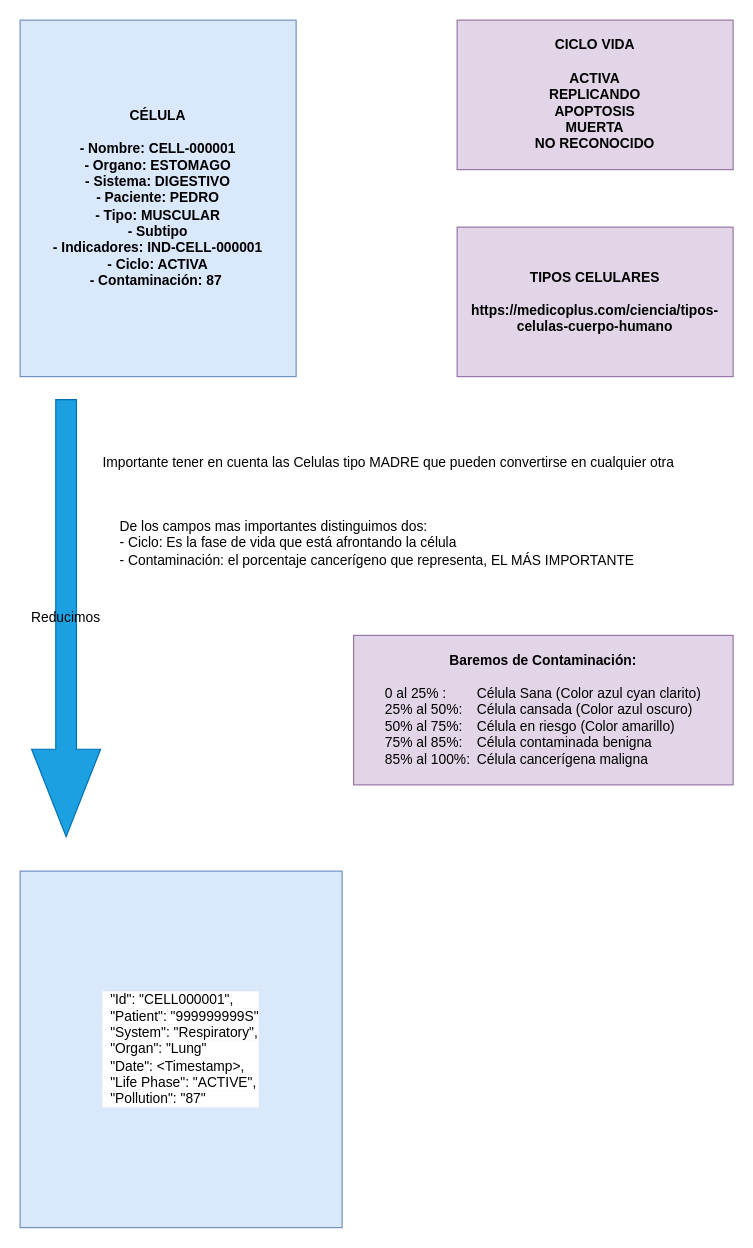
The draw.io diagram page "CELULA" (3 of 7) of arch-design/cellprom-arch-functionality.drawio in cellprom/cellprom-arq-doc, before the edit. Source tidied: cells renumbered, new cells numbered last; positions are measured from the earlier drawing's top-left corner, leaving out a move shared by most shapes. Both pictures are drawn from the tidied source at 115%, with x=0, y=0 at pixel (20, 20).
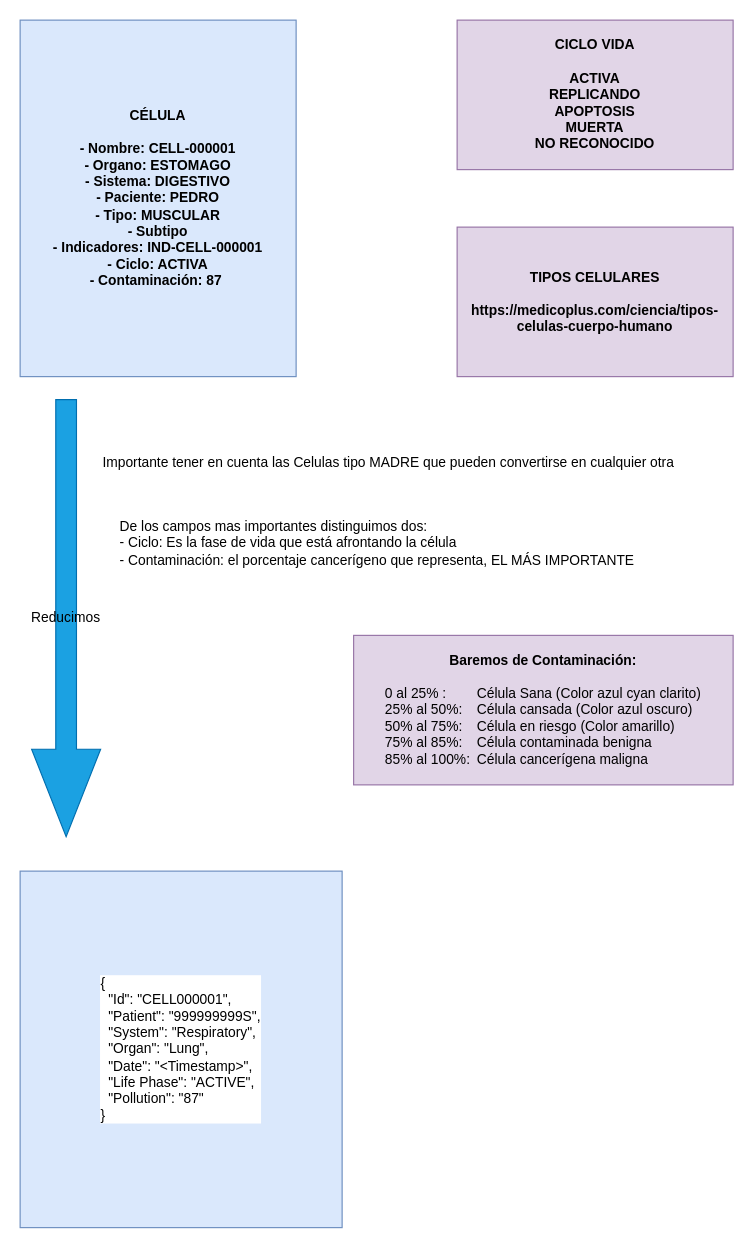
After the change.

The edit, as a diff of the source:
```diff
@@
 <mxGraphModel>
   <root>
     <mxCell id="0" />
     <mxCell id="1" parent="0" />
     <mxCell id="2" value="CÉLULA&lt;br&gt;&lt;br&gt;- Nombre: CELL-000001&lt;br&gt;- Organo: ESTOMAGO&lt;br&gt;- Sistema: DIGESTIVO&lt;br&gt;- Paciente: PEDRO&lt;br&gt;- Tipo: MUSCULAR&lt;br&gt;- Subtipo&lt;br&gt;- Indicadores: IND-CELL-000001&lt;br&gt;- Ciclo: ACTIVA&lt;div&gt;- Contaminación: 87&amp;nbsp;&lt;/div&gt;" style="whiteSpace=wrap;html=1;fillColor=#dae8fc;strokeColor=#6c8ebf;fontStyle=1;" parent="1" vertex="1">
       <mxGeometry width="240" height="310" as="geometry" />
     </mxCell>
     <mxCell id="3" value="CICLO VIDA&lt;br&gt;&lt;br&gt;ACTIVA&lt;br&gt;REPLICANDO&lt;br&gt;APOPTOSIS&lt;br&gt;MUERTA&lt;br&gt;NO RECONOCIDO" style="whiteSpace=wrap;html=1;fillColor=#e1d5e7;strokeColor=#9673a6;fontStyle=1;" parent="1" vertex="1">
       <mxGeometry x="380" width="240" height="130" as="geometry" />
     </mxCell>
     <mxCell id="4" value="TIPOS CELULARES&lt;br&gt;&lt;br&gt;https://medicoplus.com/ciencia/tipos-celulas-cuerpo-humano" style="whiteSpace=wrap;html=1;fillColor=#e1d5e7;strokeColor=#9673a6;fontStyle=1;" parent="1" vertex="1">
       <mxGeometry x="380" y="180" width="240" height="130" as="geometry" />
     </mxCell>
     <mxCell id="5" value="Importante tener en cuenta las Celulas tipo MADRE que pueden convertirse en cualquier otra" style="text;html=1;align=center;verticalAlign=middle;strokeColor=none;fillColor=none;" parent="1" vertex="1">
       <mxGeometry x="60" y="370" width="520" height="30" as="geometry" />
     </mxCell>
     <mxCell id="6" value="De los campos mas importantes distinguimos dos:&lt;br&gt;- Ciclo: Es la fase de vida que está afrontando la célula&lt;div&gt;- Contaminación: el porcentaje cancerígeno que representa, EL MÁS IMPORTANTE&lt;/div&gt;" style="text;html=1;align=left;verticalAlign=middle;strokeColor=none;fillColor=none;" parent="1" vertex="1">
       <mxGeometry x="85" y="425" width="470" height="60" as="geometry" />
     </mxCell>
     <mxCell id="7" value="&lt;b style=&quot;text-align: left; text-wrap: nowrap;&quot;&gt;Baremos de Contaminación:&lt;/b&gt;&lt;div style=&quot;font-weight: 400; text-align: left; text-wrap: nowrap;&quot;&gt;&lt;br&gt;&lt;/div&gt;&lt;div style=&quot;font-weight: 400; text-align: left; text-wrap: nowrap;&quot;&gt;0 al 25% : &lt;span style=&quot;white-space: pre;&quot;&gt;&#9;&lt;/span&gt;Célula Sana (Color azul cyan clarito)&lt;/div&gt;&lt;div style=&quot;font-weight: 400; text-align: left; text-wrap: nowrap;&quot;&gt;25% al 50%: &lt;span style=&quot;white-space: pre;&quot;&gt;&#9;&lt;/span&gt;Célula cansada (Color azul oscuro)&lt;/div&gt;&lt;div style=&quot;font-weight: 400; text-align: left; text-wrap: nowrap;&quot;&gt;50% al 75%: &lt;span style=&quot;white-space: pre;&quot;&gt;&#9;&lt;/span&gt;Célula en riesgo (Color amarillo)&lt;/div&gt;&lt;div style=&quot;font-weight: 400; text-align: left; text-wrap: nowrap;&quot;&gt;75% al 85%: &lt;span style=&quot;white-space: pre;&quot;&gt;&#9;&lt;/span&gt;Célula contaminada benigna&lt;/div&gt;&lt;div style=&quot;font-weight: 400; text-align: left; text-wrap: nowrap;&quot;&gt;85% al 100%: &lt;span style=&quot;white-space: pre;&quot;&gt;&#9;&lt;/span&gt;Célula cancerígena maligna&lt;/div&gt;" style="whiteSpace=wrap;html=1;fillColor=#e1d5e7;strokeColor=#9673a6;fontStyle=1;" parent="1" vertex="1">
       <mxGeometry x="290" y="535" width="330" height="130" as="geometry" />
     </mxCell>
     <mxCell id="8" value="&lt;font color=&quot;#000000&quot;&gt;Reducimos&lt;/font&gt;" style="shape=singleArrow;direction=south;whiteSpace=wrap;html=1;fillColor=#1ba1e2;strokeColor=#006EAF;fontColor=#ffffff;" parent="1" vertex="1">
       <mxGeometry x="10" y="330" width="60" height="380" as="geometry" />
     </mxCell>
-    <mxCell id="9" value="&lt;div style=&quot;font-weight: 400; text-align: left; background-color: rgb(255, 255, 255);&quot;&gt;&amp;nbsp; &quot;Id&quot;: &quot;CELL000001&quot;,&lt;/div&gt;&lt;div style=&quot;font-weight: 400; text-align: left; background-color: rgb(255, 255, 255);&quot;&gt;&amp;nbsp; &quot;Patient&quot;: &quot;999999999S&quot;&lt;/div&gt;&lt;div style=&quot;font-weight: 400; text-align: left; background-color: rgb(255, 255, 255);&quot;&gt;&amp;nbsp; &quot;System&quot;: &quot;Respiratory&quot;,&lt;/div&gt;&lt;div style=&quot;font-weight: 400; text-align: left; background-color: rgb(255, 255, 255);&quot;&gt;&amp;nbsp; &quot;Organ&quot;: &quot;Lung&quot;&lt;/div&gt;&lt;div style=&quot;font-weight: 400; text-align: left; background-color: rgb(255, 255, 255);&quot;&gt;&amp;nbsp; &quot;Date&quot;: &amp;lt;Timestamp&amp;gt;,&lt;/div&gt;&lt;div style=&quot;font-weight: 400; text-align: left; background-color: rgb(255, 255, 255);&quot;&gt;&amp;nbsp; &quot;Life Phase&quot;: &quot;ACTIVE&quot;,&lt;/div&gt;&lt;div style=&quot;font-weight: 400; text-align: left; background-color: rgb(255, 255, 255);&quot;&gt;&amp;nbsp; &quot;Pollution&quot;: &quot;87&quot;&amp;nbsp;&lt;/div&gt;" style="whiteSpace=wrap;html=1;fillColor=#dae8fc;strokeColor=#6c8ebf;fontStyle=1;" parent="1" vertex="1">
+    <mxCell id="9" value="&lt;div style=&quot;font-weight: 400; text-align: left; background-color: rgb(255, 255, 255);&quot;&gt;&lt;div&gt;{&lt;/div&gt;&lt;div&gt;&amp;nbsp; &quot;Id&quot;: &quot;CELL000001&quot;,&lt;/div&gt;&lt;div&gt;&amp;nbsp; &quot;Patient&quot;: &quot;999999999S&quot;,&lt;/div&gt;&lt;div&gt;&amp;nbsp; &quot;System&quot;: &quot;Respiratory&quot;,&lt;/div&gt;&lt;div&gt;&amp;nbsp; &quot;Organ&quot;: &quot;Lung&quot;,&lt;/div&gt;&lt;div&gt;&amp;nbsp; &quot;Date&quot;: &quot;&amp;lt;Timestamp&amp;gt;&quot;,&lt;/div&gt;&lt;div&gt;&amp;nbsp; &quot;Life Phase&quot;: &quot;ACTIVE&quot;,&lt;/div&gt;&lt;div&gt;&amp;nbsp; &quot;Pollution&quot;: &quot;87&quot;&amp;nbsp;&lt;/div&gt;&lt;div&gt;}&lt;/div&gt;&lt;/div&gt;" style="whiteSpace=wrap;html=1;fillColor=#dae8fc;strokeColor=#6c8ebf;fontStyle=1;" parent="1" vertex="1">
       <mxGeometry y="740" width="280" height="310" as="geometry" />
     </mxCell>
   </root>
 </mxGraphModel>
```
